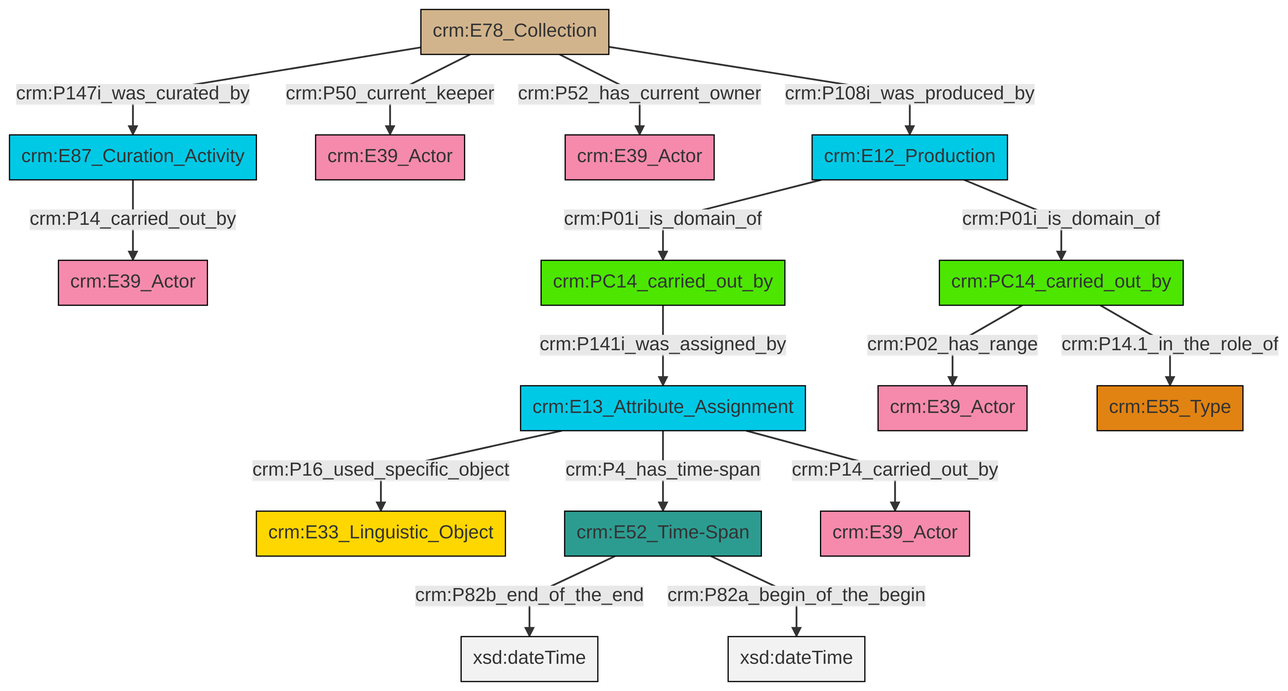
swiss-art-research-net/docs.swissartresearch keeps this Mermaid diagram as et/archivalCSV/ttl/mmd/png/archival_relation.png. Above is the earlier version. Its source is kept beside it as et/archivalCSV/ttl/mmd/archival_relation.ttl.mmd.
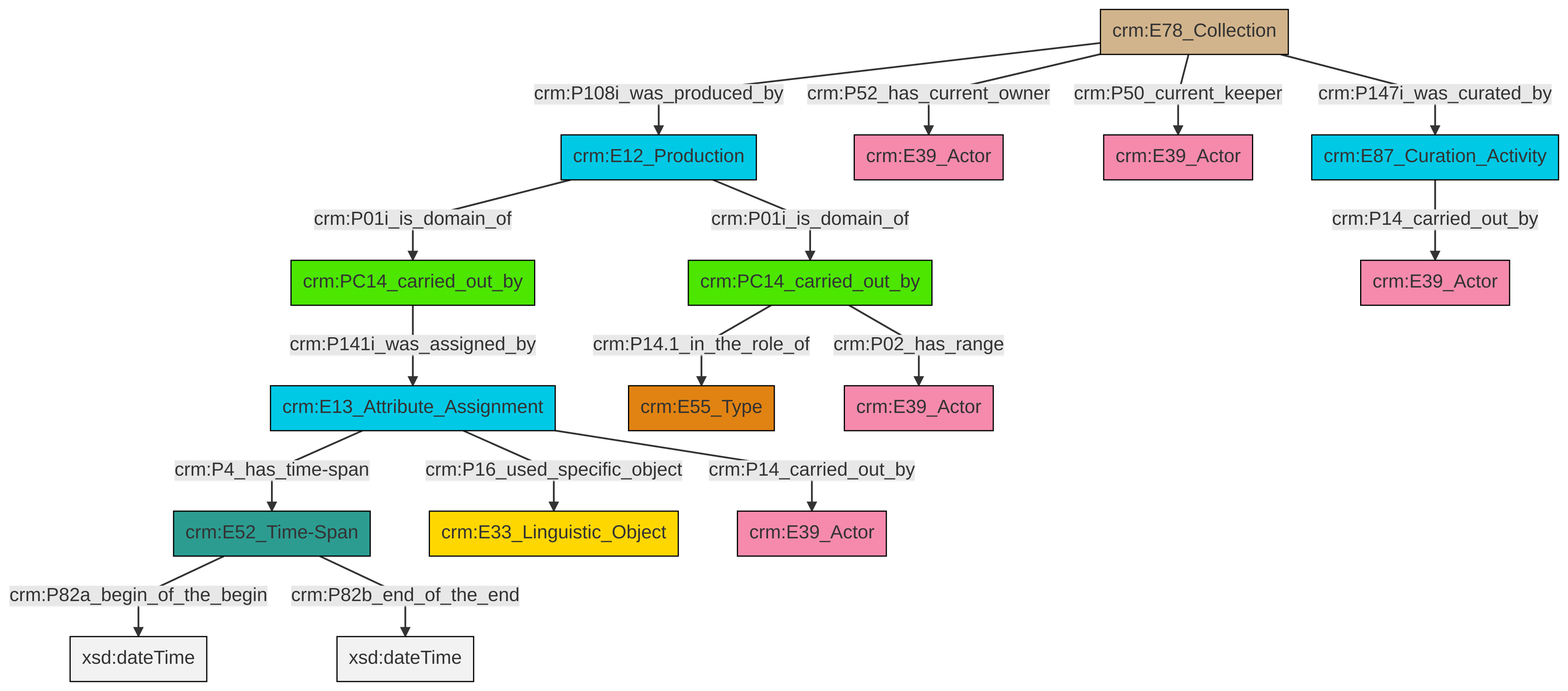
The same diagram one commit later.

Diff of the diagram source:
```diff
@@ -13,18 +13,18 @@
 classDef PC_Classes fill:#4ce600, stroke:#000000;
 classDef Multi fill:#cccccc,stroke:#000000;
 
-8["crm:PC14_carried_out_by"]:::PC_Classes -->|crm:P02_has_range| 9["crm:E39_Actor"]:::Actor
-6["crm:E78_Collection"]:::Physical_Thing -->|crm:P50_current_keeper| 10["crm:E39_Actor"]:::Actor
-4["crm:E13_Attribute_Assignment"]:::Temporal_Entity -->|crm:P16_used_specific_object| 13["crm:E33_Linguistic_Object"]:::Conceptual_Object
-6["crm:E78_Collection"]:::Physical_Thing -->|crm:P147i_was_curated_by| 2["crm:E87_Curation_Activity"]:::Temporal_Entity
-4["crm:E13_Attribute_Assignment"]:::Temporal_Entity -->|crm:P4_has_time-span| 14["crm:E52_Time-Span"]:::Time-Span
-15["crm:PC14_carried_out_by"]:::PC_Classes -->|crm:P141i_was_assigned_by| 4["crm:E13_Attribute_Assignment"]:::Temporal_Entity
-4["crm:E13_Attribute_Assignment"]:::Temporal_Entity -->|crm:P14_carried_out_by| 17["crm:E39_Actor"]:::Actor
-6["crm:E78_Collection"]:::Physical_Thing -->|crm:P108i_was_produced_by| 19["crm:E12_Production"]:::Temporal_Entity
-6["crm:E78_Collection"]:::Physical_Thing -->|crm:P52_has_current_owner| 11["crm:E39_Actor"]:::Actor
-14["crm:E52_Time-Span"]:::Time-Span -->|crm:P82b_end_of_the_end| 21[xsd:dateTime]:::Literal
-19["crm:E12_Production"]:::Temporal_Entity -->|crm:P01i_is_domain_of| 8["crm:PC14_carried_out_by"]:::PC_Classes
-14["crm:E52_Time-Span"]:::Time-Span -->|crm:P82a_begin_of_the_begin| 23[xsd:dateTime]:::Literal
-19["crm:E12_Production"]:::Temporal_Entity -->|crm:P01i_is_domain_of| 15["crm:PC14_carried_out_by"]:::PC_Classes
-2["crm:E87_Curation_Activity"]:::Temporal_Entity -->|crm:P14_carried_out_by| 0["crm:E39_Actor"]:::Actor
-8["crm:PC14_carried_out_by"]:::PC_Classes -->|crm:P14.1_in_the_role_of| 27["crm:E55_Type"]:::Type
+2["crm:PC14_carried_out_by"]:::PC_Classes -->|crm:P14.1_in_the_role_of| 3["crm:E55_Type"]:::Type
+4["crm:PC14_carried_out_by"]:::PC_Classes -->|crm:P141i_was_assigned_by| 5["crm:E13_Attribute_Assignment"]:::Temporal_Entity
+9["crm:E52_Time-Span"]:::Time-Span -->|crm:P82a_begin_of_the_begin| 10[xsd:dateTime]:::Literal
+2["crm:PC14_carried_out_by"]:::PC_Classes -->|crm:P02_has_range| 19["crm:E39_Actor"]:::Actor
+17["crm:E78_Collection"]:::Physical_Thing -->|crm:P108i_was_produced_by| 15["crm:E12_Production"]:::Temporal_Entity
+15["crm:E12_Production"]:::Temporal_Entity -->|crm:P01i_is_domain_of| 4["crm:PC14_carried_out_by"]:::PC_Classes
+5["crm:E13_Attribute_Assignment"]:::Temporal_Entity -->|crm:P4_has_time-span| 9["crm:E52_Time-Span"]:::Time-Span
+17["crm:E78_Collection"]:::Physical_Thing -->|crm:P52_has_current_owner| 23["crm:E39_Actor"]:::Actor
+5["crm:E13_Attribute_Assignment"]:::Temporal_Entity -->|crm:P16_used_specific_object| 11["crm:E33_Linguistic_Object"]:::Conceptual_Object
+13["crm:E87_Curation_Activity"]:::Temporal_Entity -->|crm:P14_carried_out_by| 24["crm:E39_Actor"]:::Actor
+5["crm:E13_Attribute_Assignment"]:::Temporal_Entity -->|crm:P14_carried_out_by| 21["crm:E39_Actor"]:::Actor
+17["crm:E78_Collection"]:::Physical_Thing -->|crm:P50_current_keeper| 0["crm:E39_Actor"]:::Actor
+9["crm:E52_Time-Span"]:::Time-Span -->|crm:P82b_end_of_the_end| 29[xsd:dateTime]:::Literal
+17["crm:E78_Collection"]:::Physical_Thing -->|crm:P147i_was_curated_by| 13["crm:E87_Curation_Activity"]:::Temporal_Entity
+15["crm:E12_Production"]:::Temporal_Entity -->|crm:P01i_is_domain_of| 2["crm:PC14_carried_out_by"]:::PC_Classes
```
